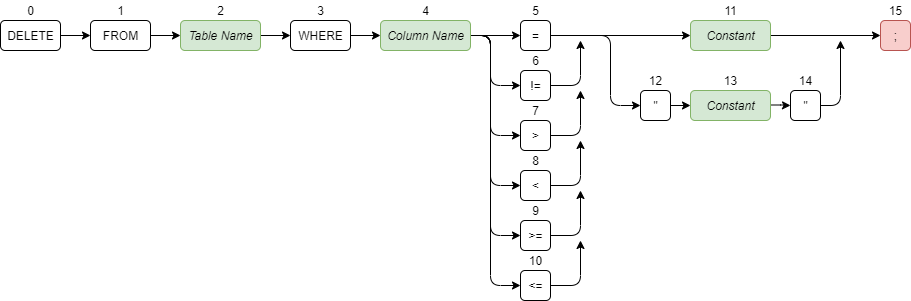
Above: src/files/assets/helpscreen/DeleteDiagram.png in DeliciousWaffle/MastersProject (draw.io), before the change. Source tidied: cells renumbered, new cells last; positions are measured from the earlier drawing's top-left corner, leaving out a move shared by most shapes.
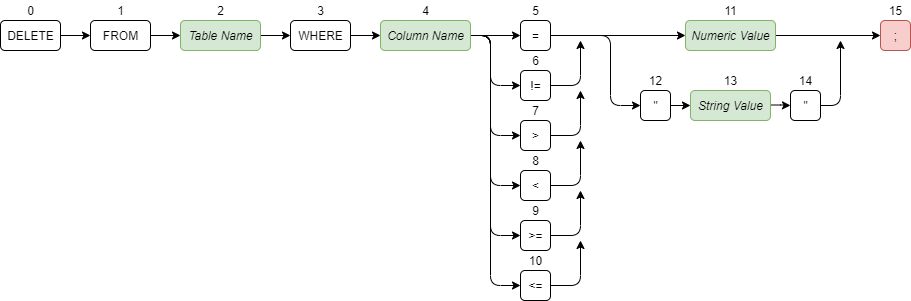
After the commit.

Change to the diagram source:
```diff
@@ -176,8 +176,8 @@
     <mxCell id="43" value="10" style="text;html=1;align=center;verticalAlign=middle;rounded=1;" parent="1" vertex="1">
       <mxGeometry x="520" y="250" width="30" height="20" as="geometry" />
     </mxCell>
-    <mxCell id="44" value="&lt;i&gt;Constant&lt;/i&gt;" style="html=1;fillColor=#d5e8d4;strokeColor=#82b366;rounded=1;" parent="1" vertex="1">
-      <mxGeometry x="690" y="20" width="80" height="30" as="geometry" />
+    <mxCell id="44" value="&lt;i&gt;Numeric Value&lt;/i&gt;" style="html=1;fillColor=#d5e8d4;strokeColor=#82b366;rounded=1;" parent="1" vertex="1">
+      <mxGeometry x="685" y="20" width="90" height="30" as="geometry" />
     </mxCell>
     <mxCell id="45" value="11" style="text;html=1;align=center;verticalAlign=middle;rounded=1;" parent="1" vertex="1">
       <mxGeometry x="715" width="30" height="20" as="geometry" />
@@ -187,7 +187,7 @@
         <mxPoint x="760" y="104.5" as="sourcePoint" />
       </mxGeometry>
     </mxCell>
-    <mxCell id="47" value="&lt;i&gt;Constant&lt;/i&gt;" style="html=1;fillColor=#d5e8d4;strokeColor=#82b366;rounded=1;" parent="1" vertex="1">
+    <mxCell id="47" value="&lt;i&gt;String Value&lt;/i&gt;" style="html=1;fillColor=#d5e8d4;strokeColor=#82b366;rounded=1;" parent="1" vertex="1">
       <mxGeometry x="690" y="90" width="80" height="30" as="geometry" />
     </mxCell>
     <mxCell id="48" value="13" style="text;html=1;align=center;verticalAlign=middle;rounded=1;" parent="1" vertex="1">
```
